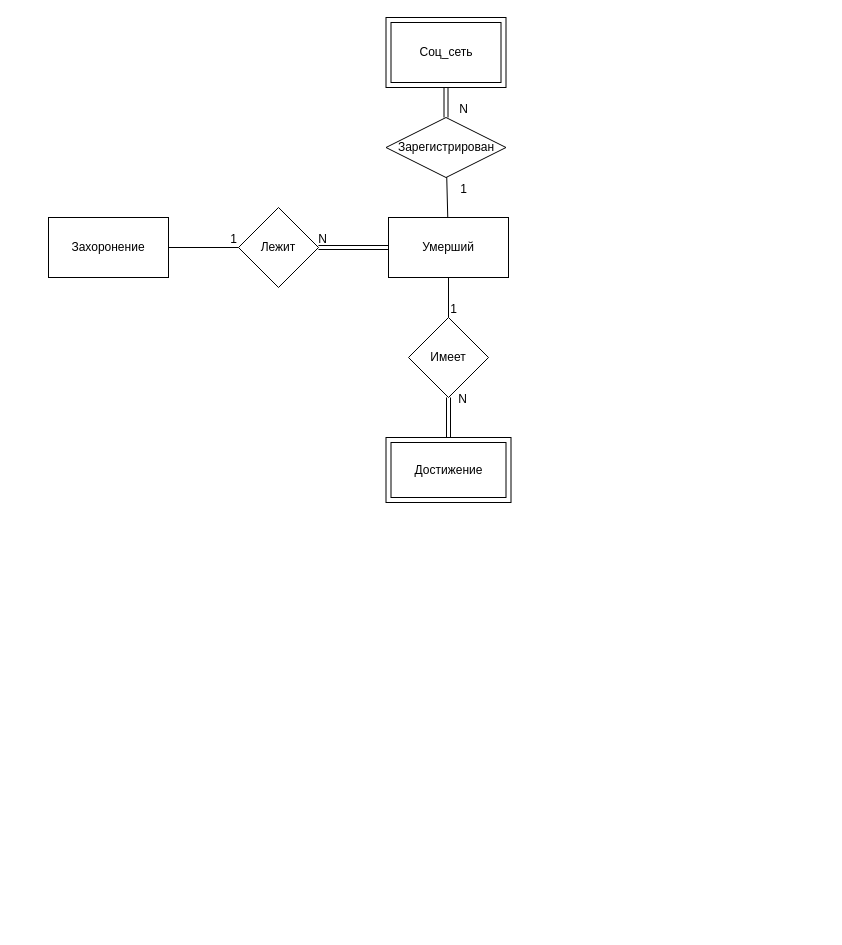
The draw.io diagram ER-model.drawio in PaulMatthewss/MYSQL_DB_FUNERAL_LERN_PRACT, before the edit. Source tidied: cells renumbered, new cells numbered last; positions are measured from the earlier drawing's top-left corner, leaving out a move shared by most shapes. Both pictures are drawn from the tidied source at 100%, with x=0, y=0 at pixel (48, 17).
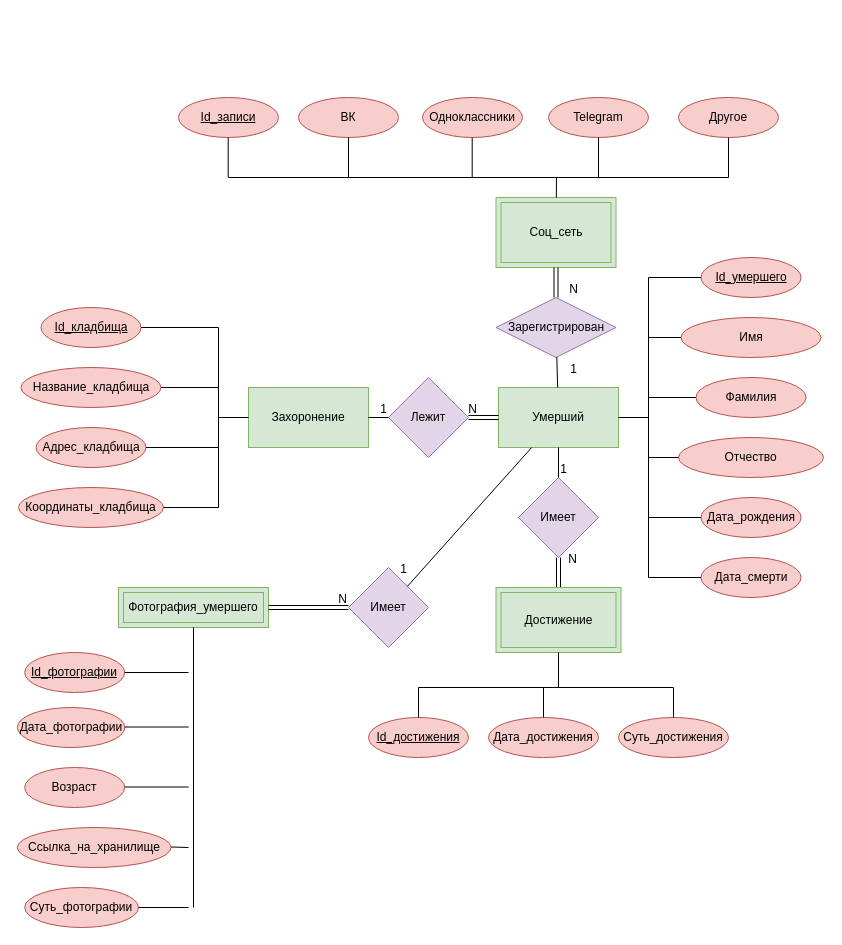
Above is the later version.

Change to the diagram source:
```diff
@@
-    <mxCell id="2" value="Захоронение" style="rounded=0;whiteSpace=wrap;html=1;" parent="1" vertex="1">
-      <mxGeometry y="200" width="120" height="60" as="geometry" />
+    <mxCell id="2" value="Захоронение" style="rounded=0;whiteSpace=wrap;html=1;fillColor=#d5e8d4;strokeColor=#82b366;" parent="1" vertex="1">
+      <mxGeometry x="200" y="370" width="120" height="60" as="geometry" />
     </mxCell>
-    <mxCell id="3" value="Умерший" style="rounded=0;whiteSpace=wrap;html=1;" parent="1" vertex="1">
-      <mxGeometry x="340" y="200" width="120" height="60" as="geometry" />
+    <mxCell id="3" value="Умерший" style="rounded=0;whiteSpace=wrap;html=1;fillColor=#d5e8d4;strokeColor=#82b366;" parent="1" vertex="1">
+      <mxGeometry x="450" y="370" width="120" height="60" as="geometry" />
     </mxCell>
-    <mxCell id="4" value="Лежит" style="rhombus;whiteSpace=wrap;html=1;" parent="1" vertex="1">
-      <mxGeometry x="190" y="190" width="80" height="80" as="geometry" />
+    <mxCell id="4" value="Лежит" style="rhombus;whiteSpace=wrap;html=1;fillColor=#e1d5e7;strokeColor=#9673a6;" parent="1" vertex="1">
+      <mxGeometry x="340" y="360" width="80" height="80" as="geometry" />
     </mxCell>
@@
-    <mxCell id="9" value="Имеет" style="rhombus;whiteSpace=wrap;html=1;" parent="1" vertex="1">
-      <mxGeometry x="360" y="300" width="80" height="80" as="geometry" />
+    <mxCell id="9" value="Имеет" style="rhombus;whiteSpace=wrap;html=1;fillColor=#e1d5e7;strokeColor=#9673a6;" parent="1" vertex="1">
+      <mxGeometry x="470" y="460" width="80" height="80" as="geometry" />
     </mxCell>
@@
-    <mxCell id="14" value="Достижение" style="shape=ext;margin=3;double=1;whiteSpace=wrap;html=1;align=center;" parent="1" vertex="1">
-      <mxGeometry x="337.5" y="420" width="125" height="65" as="geometry" />
+    <mxCell id="14" value="Достижение" style="shape=ext;margin=3;double=1;whiteSpace=wrap;html=1;align=center;fillColor=#d5e8d4;strokeColor=#82b366;" parent="1" vertex="1">
+      <mxGeometry x="447.5" y="570" width="125" height="65" as="geometry" />
     </mxCell>
-    <mxCell id="15" value="Соц_сеть" style="shape=ext;margin=3;double=1;whiteSpace=wrap;html=1;align=center;" parent="1" vertex="1">
-      <mxGeometry x="337.5" width="120" height="70" as="geometry" />
+    <mxCell id="15" value="Соц_сеть" style="shape=ext;margin=3;double=1;whiteSpace=wrap;html=1;align=center;fillColor=#d5e8d4;strokeColor=#82b366;" parent="1" vertex="1">
+      <mxGeometry x="447.5" y="180" width="120" height="70" as="geometry" />
     </mxCell>
-    <mxCell id="16" value="Зарегистрирован" style="shape=rhombus;perimeter=rhombusPerimeter;whiteSpace=wrap;html=1;align=center;" parent="1" vertex="1">
-      <mxGeometry x="337.5" y="100" width="120" height="60" as="geometry" />
+    <mxCell id="16" value="Зарегистрирован" style="shape=rhombus;perimeter=rhombusPerimeter;whiteSpace=wrap;html=1;align=center;fillColor=#e1d5e7;strokeColor=#9673a6;" parent="1" vertex="1">
+      <mxGeometry x="447.5" y="280" width="120" height="60" as="geometry" />
     </mxCell>
@@
+    <mxCell id="21" value="Id_кладбища" style="ellipse;whiteSpace=wrap;html=1;align=center;fontStyle=4;fillColor=#f8cecc;strokeColor=#b85450;" parent="1" vertex="1">
+      <mxGeometry x="-7.5" y="290" width="100" height="40" as="geometry" />
+    </mxCell>
+    <mxCell id="22" value="Название_кладбища" style="ellipse;whiteSpace=wrap;html=1;align=center;fillColor=#f8cecc;strokeColor=#b85450;" parent="1" vertex="1">
+      <mxGeometry x="-27.5" y="350" width="140" height="40" as="geometry" />
+    </mxCell>
+    <mxCell id="23" value="Адрес_кладбища" style="ellipse;whiteSpace=wrap;html=1;align=center;fillColor=#f8cecc;strokeColor=#b85450;" parent="1" vertex="1">
+      <mxGeometry x="-12.5" y="410" width="110" height="40" as="geometry" />
+    </mxCell>
+    <mxCell id="24" value="Координаты_кладбища" style="ellipse;whiteSpace=wrap;html=1;align=center;fillColor=#f8cecc;strokeColor=#b85450;" parent="1" vertex="1">
+      <mxGeometry x="-30" y="470" width="145" height="40" as="geometry" />
+    </mxCell>
+    <mxCell id="25" style="endArrow=none;html=1;rounded=0;" parent="1" edge="1" target="2">
+      <mxGeometry relative="1" as="geometry">
+        <mxPoint x="170" y="400" as="sourcePoint" />
+      </mxGeometry>
+    </mxCell>
+    <mxCell id="26" style="endArrow=none;html=1;rounded=0;" parent="1" edge="1">
+      <mxGeometry relative="1" as="geometry">
+        <mxPoint x="170" y="490" as="sourcePoint" />
+        <mxPoint x="170" y="310" as="targetPoint" />
+      </mxGeometry>
+    </mxCell>
+    <mxCell id="27" style="endArrow=none;html=1;rounded=0;" parent="1" edge="1" target="21">
+      <mxGeometry relative="1" as="geometry">
+        <mxPoint x="170" y="310" as="sourcePoint" />
+      </mxGeometry>
+    </mxCell>
+    <mxCell id="28" style="endArrow=none;html=1;rounded=0;" parent="1" edge="1" target="22">
+      <mxGeometry relative="1" as="geometry">
+        <mxPoint x="170" y="370" as="sourcePoint" />
+      </mxGeometry>
+    </mxCell>
+    <mxCell id="29" style="endArrow=none;html=1;rounded=0;" parent="1" edge="1" target="23">
+      <mxGeometry relative="1" as="geometry">
+        <mxPoint x="170" y="430" as="sourcePoint" />
+      </mxGeometry>
+    </mxCell>
+    <mxCell id="30" style="endArrow=none;html=1;rounded=0;" parent="1" edge="1" target="24">
+      <mxGeometry relative="1" as="geometry">
+        <mxPoint x="170" y="490" as="sourcePoint" />
+      </mxGeometry>
+    </mxCell>
+    <mxCell id="31" value="Id_умершего" style="ellipse;whiteSpace=wrap;html=1;align=center;fontStyle=4;fillColor=#f8cecc;strokeColor=#b85450;" parent="1" vertex="1">
+      <mxGeometry x="652.5" y="240" width="100" height="40" as="geometry" />
+    </mxCell>
+    <mxCell id="32" value="Имя" style="ellipse;whiteSpace=wrap;html=1;align=center;fillColor=#f8cecc;strokeColor=#b85450;" parent="1" vertex="1">
+      <mxGeometry x="632.5" y="300" width="140" height="40" as="geometry" />
+    </mxCell>
+    <mxCell id="33" value="Фамилия" style="ellipse;whiteSpace=wrap;html=1;align=center;fillColor=#f8cecc;strokeColor=#b85450;" parent="1" vertex="1">
+      <mxGeometry x="647.5" y="360" width="110" height="40" as="geometry" />
+    </mxCell>
+    <mxCell id="34" value="Отчество" style="ellipse;whiteSpace=wrap;html=1;align=center;fillColor=#f8cecc;strokeColor=#b85450;" parent="1" vertex="1">
+      <mxGeometry x="630" y="420" width="145" height="40" as="geometry" />
+    </mxCell>
+    <mxCell id="35" value="Дата_рождения" style="ellipse;whiteSpace=wrap;html=1;align=center;fillColor=#f8cecc;strokeColor=#b85450;" parent="1" vertex="1">
+      <mxGeometry x="652.5" y="480" width="100" height="40" as="geometry" />
+    </mxCell>
+    <mxCell id="36" value="Дата_смерти" style="ellipse;whiteSpace=wrap;html=1;align=center;fillColor=#f8cecc;strokeColor=#b85450;" parent="1" vertex="1">
+      <mxGeometry x="652.5" y="540" width="100" height="40" as="geometry" />
+    </mxCell>
+    <mxCell id="37" style="endArrow=none;html=1;rounded=0;" parent="1" edge="1" source="3">
+      <mxGeometry relative="1" as="geometry">
+        <mxPoint x="600" y="400" as="targetPoint" />
+      </mxGeometry>
+    </mxCell>
+    <mxCell id="38" style="endArrow=none;html=1;rounded=0;" parent="1" edge="1">
+      <mxGeometry relative="1" as="geometry">
+        <mxPoint x="600" y="260" as="sourcePoint" />
+        <mxPoint x="600" y="560" as="targetPoint" />
+      </mxGeometry>
+    </mxCell>
+    <mxCell id="39" style="endArrow=none;html=1;rounded=0;" parent="1" edge="1" target="31">
+      <mxGeometry relative="1" as="geometry">
+        <mxPoint x="600" y="260" as="sourcePoint" />
+      </mxGeometry>
+    </mxCell>
+    <mxCell id="40" style="endArrow=none;html=1;rounded=0;" parent="1" edge="1" target="32">
+      <mxGeometry relative="1" as="geometry">
+        <mxPoint x="600" y="320" as="sourcePoint" />
+      </mxGeometry>
+    </mxCell>
+    <mxCell id="41" style="endArrow=none;html=1;rounded=0;" parent="1" edge="1" target="33">
+      <mxGeometry relative="1" as="geometry">
+        <mxPoint x="600" y="380" as="sourcePoint" />
+      </mxGeometry>
+    </mxCell>
+    <mxCell id="42" style="endArrow=none;html=1;rounded=0;" parent="1" edge="1" target="34">
+      <mxGeometry relative="1" as="geometry">
+        <mxPoint x="600" y="440" as="sourcePoint" />
+      </mxGeometry>
+    </mxCell>
+    <mxCell id="43" style="endArrow=none;html=1;rounded=0;" parent="1" edge="1" target="35">
+      <mxGeometry relative="1" as="geometry">
+        <mxPoint x="600" y="500" as="sourcePoint" />
+      </mxGeometry>
+    </mxCell>
+    <mxCell id="44" style="endArrow=none;html=1;rounded=0;" parent="1" edge="1" target="36">
+      <mxGeometry relative="1" as="geometry">
+        <mxPoint x="600" y="560" as="sourcePoint" />
+      </mxGeometry>
+    </mxCell>
+    <mxCell id="45" value="Id_записи" style="ellipse;whiteSpace=wrap;html=1;align=center;fontStyle=4;fillColor=#f8cecc;strokeColor=#b85450;" parent="1" vertex="1">
+      <mxGeometry x="130" y="80" width="100" height="40" as="geometry" />
+    </mxCell>
+    <mxCell id="46" value="ВК" style="ellipse;whiteSpace=wrap;html=1;align=center;fillColor=#f8cecc;strokeColor=#b85450;" parent="1" vertex="1">
+      <mxGeometry x="250" y="80" width="100" height="40" as="geometry" />
+    </mxCell>
+    <mxCell id="47" value="Одноклассники" style="ellipse;whiteSpace=wrap;html=1;align=center;fillColor=#f8cecc;strokeColor=#b85450;" parent="1" vertex="1">
+      <mxGeometry x="374" y="80" width="100" height="40" as="geometry" />
+    </mxCell>
+    <mxCell id="48" value="Telegram" style="ellipse;whiteSpace=wrap;html=1;align=center;fillColor=#f8cecc;strokeColor=#b85450;" parent="1" vertex="1">
+      <mxGeometry x="500" y="80" width="100" height="40" as="geometry" />
+    </mxCell>
+    <mxCell id="49" value="Другое" style="ellipse;whiteSpace=wrap;html=1;align=center;fillColor=#f8cecc;strokeColor=#b85450;" parent="1" vertex="1">
+      <mxGeometry x="630" y="80" width="100" height="40" as="geometry" />
+    </mxCell>
+    <mxCell id="50" value="Id_достижения" style="ellipse;whiteSpace=wrap;html=1;align=center;fontStyle=4;fillColor=#f8cecc;strokeColor=#b85450;" parent="1" vertex="1">
+      <mxGeometry x="320" y="700" width="100" height="40" as="geometry" />
+    </mxCell>
+    <mxCell id="51" value="Дата_достижения" style="ellipse;whiteSpace=wrap;html=1;align=center;fillColor=#f8cecc;strokeColor=#b85450;" parent="1" vertex="1">
+      <mxGeometry x="440" y="700" width="110" height="40" as="geometry" />
+    </mxCell>
+    <mxCell id="52" value="Суть_достижения" style="ellipse;whiteSpace=wrap;html=1;align=center;fillColor=#f8cecc;strokeColor=#b85450;" parent="1" vertex="1">
+      <mxGeometry x="570" y="700" width="110" height="40" as="geometry" />
+    </mxCell>
+    <mxCell id="53" style="endArrow=none;html=1;rounded=0;" parent="1" edge="1">
+      <mxGeometry relative="1" as="geometry">
+        <mxPoint x="370" y="670" as="sourcePoint" />
+        <mxPoint x="625" y="670" as="targetPoint" />
+      </mxGeometry>
+    </mxCell>
+    <mxCell id="54" style="endArrow=none;html=1;rounded=0;" parent="1" edge="1" source="14">
+      <mxGeometry relative="1" as="geometry">
+        <mxPoint x="510" y="670" as="targetPoint" />
+      </mxGeometry>
+    </mxCell>
+    <mxCell id="55" style="endArrow=none;html=1;rounded=0;" parent="1" edge="1" target="52">
+      <mxGeometry relative="1" as="geometry">
+        <mxPoint x="625" y="670" as="sourcePoint" />
+      </mxGeometry>
+    </mxCell>
+    <mxCell id="56" style="endArrow=none;html=1;rounded=0;" parent="1" edge="1" target="51">
+      <mxGeometry relative="1" as="geometry">
+        <mxPoint x="495" y="670" as="sourcePoint" />
+      </mxGeometry>
+    </mxCell>
+    <mxCell id="57" style="endArrow=none;html=1;rounded=0;" parent="1" edge="1" source="50">
+      <mxGeometry relative="1" as="geometry">
+        <mxPoint x="370" y="670" as="targetPoint" />
+      </mxGeometry>
+    </mxCell>
+    <mxCell id="58" value="Фотография_умершего" style="shape=ext;margin=3;double=1;whiteSpace=wrap;html=1;align=center;fillColor=#d5e8d4;strokeColor=#82b366;" parent="1" vertex="1">
+      <mxGeometry x="70" y="570" width="150" height="40" as="geometry" />
+    </mxCell>
+    <mxCell id="59" value="Id_фотографии" style="ellipse;whiteSpace=wrap;html=1;align=center;fontStyle=4;fillColor=#f8cecc;strokeColor=#b85450;" parent="1" vertex="1">
+      <mxGeometry x="-23.8" y="635" width="100" height="40" as="geometry" />
+    </mxCell>
+    <mxCell id="60" value="Дата_фотографии" style="ellipse;whiteSpace=wrap;html=1;align=center;fillColor=#f8cecc;strokeColor=#b85450;" parent="1" vertex="1">
+      <mxGeometry x="-31.2" y="690" width="107.5" height="40" as="geometry" />
+    </mxCell>
+    <mxCell id="61" value="Возраст" style="ellipse;whiteSpace=wrap;html=1;align=center;fillColor=#f8cecc;strokeColor=#b85450;" parent="1" vertex="1">
+      <mxGeometry x="-23.8" y="750" width="100" height="40" as="geometry" />
+    </mxCell>
+    <mxCell id="62" value="Ссылка_на_хранилище" style="ellipse;whiteSpace=wrap;html=1;align=center;fillColor=#f8cecc;strokeColor=#b85450;" parent="1" vertex="1">
+      <mxGeometry x="-31.2" y="810" width="153.8" height="40" as="geometry" />
+    </mxCell>
+    <mxCell id="63" style="endArrow=none;html=1;rounded=0;" parent="1" edge="1" target="58">
+      <mxGeometry relative="1" as="geometry">
+        <mxPoint x="145" y="890" as="sourcePoint" />
+      </mxGeometry>
+    </mxCell>
+    <mxCell id="64" style="endArrow=none;html=1;rounded=0;" parent="1" edge="1" source="59">
+      <mxGeometry relative="1" as="geometry">
+        <mxPoint x="140" y="655" as="targetPoint" />
+      </mxGeometry>
+    </mxCell>
+    <mxCell id="65" style="endArrow=none;html=1;rounded=0;" parent="1" edge="1">
+      <mxGeometry relative="1" as="geometry">
+        <mxPoint x="76.2" y="709.5" as="sourcePoint" />
+        <mxPoint x="140.2" y="709.5" as="targetPoint" />
+      </mxGeometry>
+    </mxCell>
+    <mxCell id="66" style="endArrow=none;html=1;rounded=0;" parent="1" edge="1">
+      <mxGeometry relative="1" as="geometry">
+        <mxPoint x="76.2" y="769.5" as="sourcePoint" />
+        <mxPoint x="140.2" y="769.5" as="targetPoint" />
+      </mxGeometry>
+    </mxCell>
+    <mxCell id="67" style="endArrow=none;html=1;rounded=0;" parent="1" edge="1">
+      <mxGeometry relative="1" as="geometry">
+        <mxPoint x="122.5" y="829.5" as="sourcePoint" />
+        <mxPoint x="140" y="830" as="targetPoint" />
+      </mxGeometry>
+    </mxCell>
+    <mxCell id="68" value="Суть_фотографии" style="ellipse;whiteSpace=wrap;html=1;align=center;fillColor=#f8cecc;strokeColor=#b85450;" parent="1" vertex="1">
+      <mxGeometry x="-23.8" y="870" width="113.8" height="40" as="geometry" />
+    </mxCell>
+    <mxCell id="69" style="endArrow=none;html=1;rounded=0;" parent="1" edge="1" source="68">
+      <mxGeometry relative="1" as="geometry">
+        <mxPoint x="140" y="890" as="targetPoint" />
+      </mxGeometry>
+    </mxCell>
+    <mxCell id="70" value="Имеет" style="rhombus;whiteSpace=wrap;html=1;fillColor=#e1d5e7;strokeColor=#9673a6;" parent="1" vertex="1">
+      <mxGeometry x="300" y="550" width="80" height="80" as="geometry" />
+    </mxCell>
+    <mxCell id="71" style="endArrow=none;html=1;rounded=0;" parent="1" edge="1" source="3" target="70">
+      <mxGeometry relative="1" as="geometry" />
+    </mxCell>
+    <mxCell id="72" value="1" style="html=1;whiteSpace=wrap;align=right;verticalAlign=bottom;" parent="71" vertex="1">
+      <mxGeometry x="1" relative="1" as="geometry">
+        <mxPoint x="1" y="-9" as="offset" />
+      </mxGeometry>
+    </mxCell>
+    <mxCell id="73" style="shape=link;html=1;rounded=0;" parent="1" edge="1" source="58" target="70">
+      <mxGeometry relative="1" as="geometry" />
+    </mxCell>
+    <mxCell id="74" value="N" style="html=1;whiteSpace=wrap;align=right;verticalAlign=bottom;" parent="73" vertex="1">
+      <mxGeometry x="1" relative="1" as="geometry" />
+    </mxCell>
+    <mxCell id="75" style="endArrow=none;html=1;rounded=0;" parent="1" edge="1" target="15">
+      <mxGeometry relative="1" as="geometry">
+        <mxPoint x="508" y="160" as="sourcePoint" />
+      </mxGeometry>
+    </mxCell>
+    <mxCell id="76" style="endArrow=none;html=1;rounded=0;" parent="1" edge="1">
+      <mxGeometry relative="1" as="geometry">
+        <mxPoint x="180" y="160" as="sourcePoint" />
+        <mxPoint x="680" y="160" as="targetPoint" />
+      </mxGeometry>
+    </mxCell>
+    <mxCell id="77" style="endArrow=none;html=1;rounded=0;" parent="1" edge="1" source="49">
+      <mxGeometry relative="1" as="geometry">
+        <mxPoint x="680" y="160" as="targetPoint" />
+      </mxGeometry>
+    </mxCell>
+    <mxCell id="78" style="endArrow=none;html=1;rounded=0;" parent="1" edge="1">
+      <mxGeometry relative="1" as="geometry">
+        <mxPoint x="550" y="120" as="sourcePoint" />
+        <mxPoint x="550" y="160" as="targetPoint" />
+      </mxGeometry>
+    </mxCell>
+    <mxCell id="79" style="endArrow=none;html=1;rounded=0;" parent="1" edge="1">
+      <mxGeometry relative="1" as="geometry">
+        <mxPoint x="423.7" y="120" as="sourcePoint" />
+        <mxPoint x="423.7" y="160" as="targetPoint" />
+      </mxGeometry>
+    </mxCell>
+    <mxCell id="80" style="endArrow=none;html=1;rounded=0;" parent="1" edge="1">
+      <mxGeometry relative="1" as="geometry">
+        <mxPoint x="300" y="120" as="sourcePoint" />
+        <mxPoint x="300" y="160" as="targetPoint" />
+      </mxGeometry>
+    </mxCell>
+    <mxCell id="81" style="endArrow=none;html=1;rounded=0;" parent="1" edge="1">
+      <mxGeometry relative="1" as="geometry">
+        <mxPoint x="179.7" y="120" as="sourcePoint" />
+        <mxPoint x="179.7" y="160" as="targetPoint" />
+      </mxGeometry>
+    </mxCell>
```
